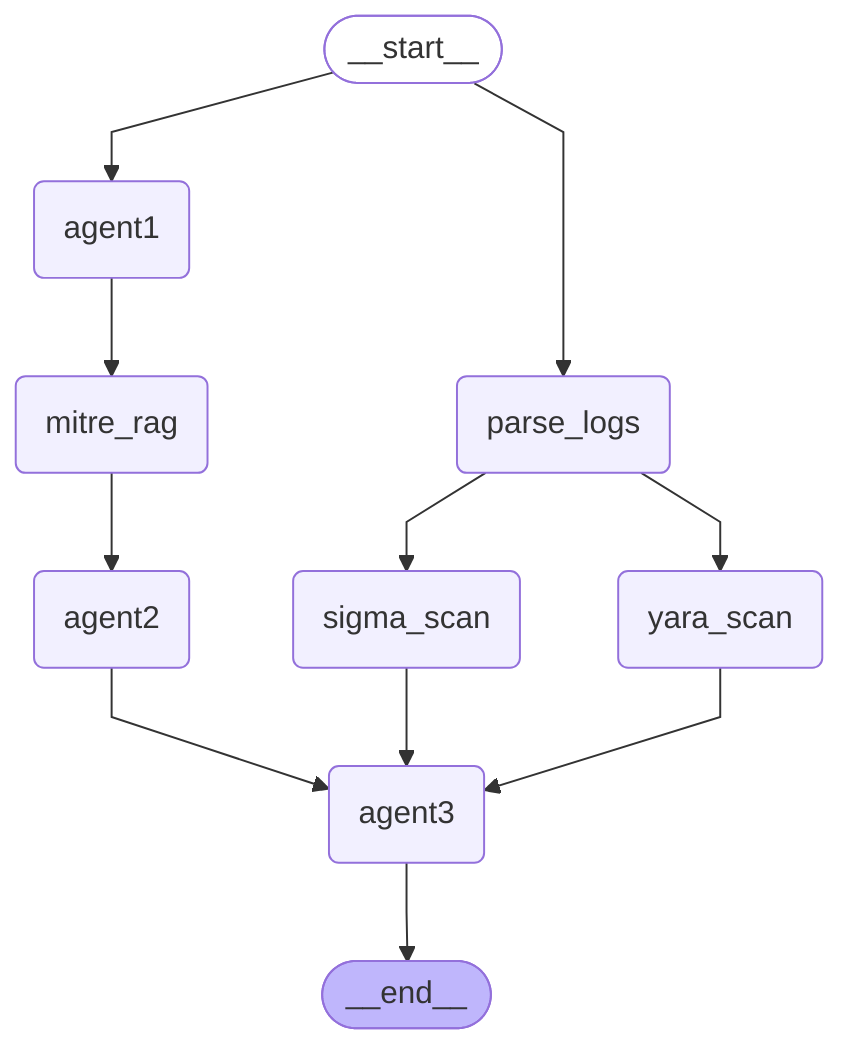
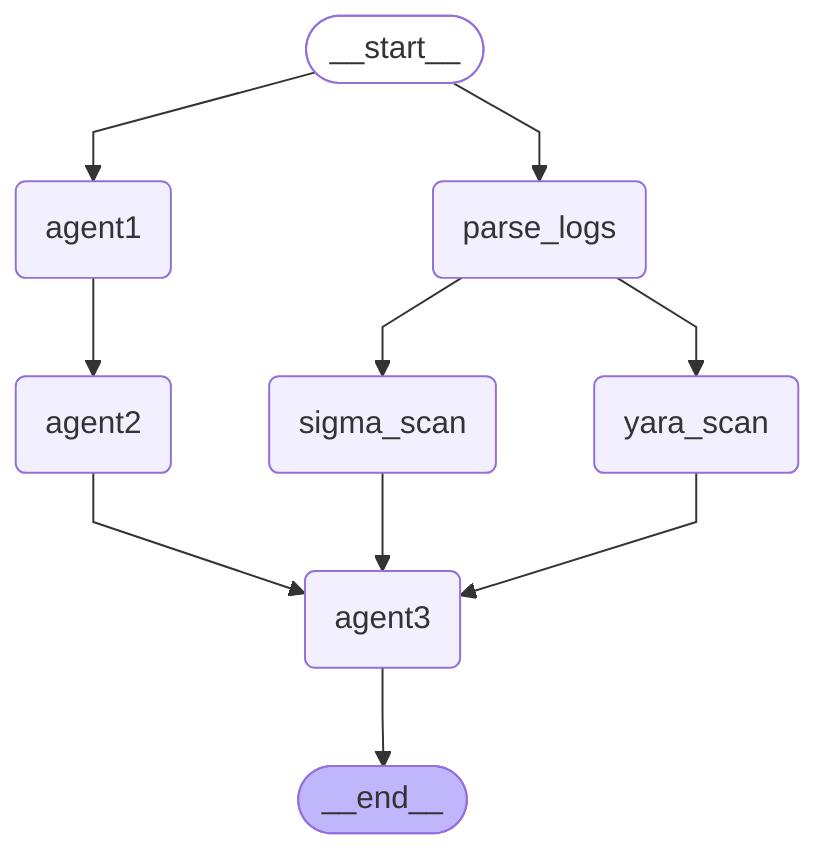
---
config:
  flowchart:
    curve: linear
---
graph TD;
	__start__([<p>__start__</p>]):::first
	agent1(agent1)
	parse_logs(parse_logs)
- 	mitre_rag(mitre_rag)
	agent2(agent2)
	yara_scan(yara_scan)
	sigma_scan(sigma_scan)
	agent3(agent3)
	__end__([<p>__end__</p>]):::last
	__start__ --> agent1;
	__start__ --> parse_logs;
- 	agent1 --> mitre_rag;
+ 	agent1 --> agent2;
	agent2 --> agent3;
- 	mitre_rag --> agent2;
	parse_logs --> sigma_scan;
	parse_logs --> yara_scan;
	sigma_scan --> agent3;
	yara_scan --> agent3;
	agent3 --> __end__;
	classDef default fill:#f2f0ff,line-height:1.2
	classDef first fill-opacity:0
	classDef last fill:#bfb6fc
